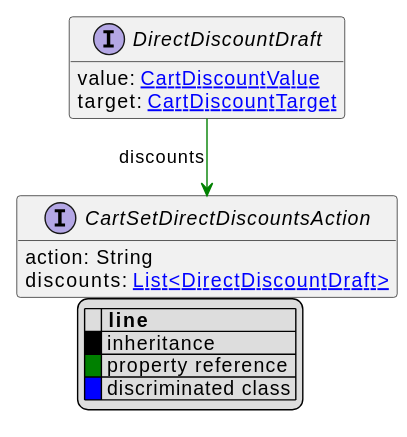
commercetools/commercetools-api-reference keeps this PlantUML diagram as uml/api/svg/DirectDiscountDraft.svg. Above is the earlier version.
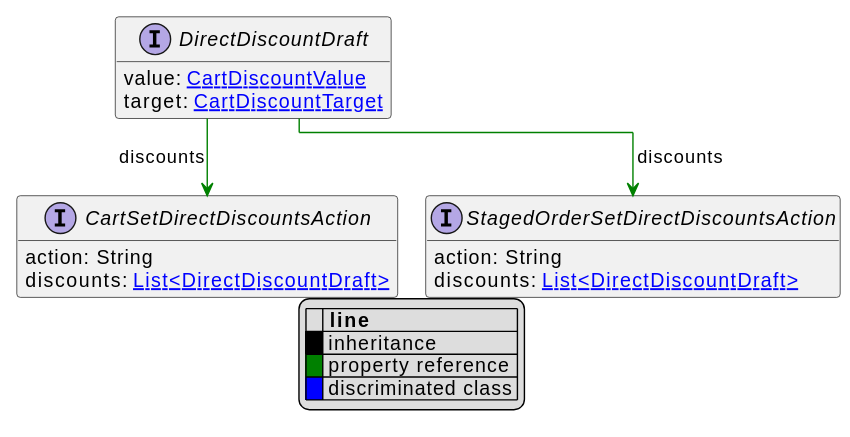
Above is the later version.

Diff of the diagram source:
```diff
@@ -19,6 +19,11 @@
     action: String
     discounts: [[DirectDiscountDraft.svg List<DirectDiscountDraft>]]
 }
+interface StagedOrderSetDirectDiscountsAction [[StagedOrderSetDirectDiscountsAction.svg]]  {
+    action: String
+    discounts: [[DirectDiscountDraft.svg List<DirectDiscountDraft>]]
+}
 
 DirectDiscountDraft --> CartSetDirectDiscountsAction #green;text:green : "discounts"
+DirectDiscountDraft --> StagedOrderSetDirectDiscountsAction #green;text:green : "discounts"
 @enduml
```
